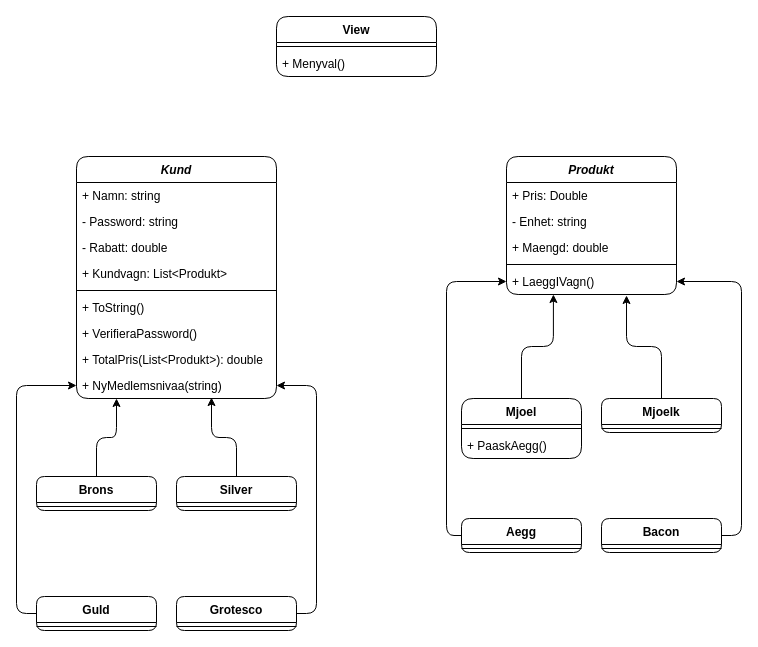
Earlier version of the draw.io diagram Labb2.drawio (pinkros/Labb2). Source tidied: cells renumbered, new cells numbered last; positions are measured from the earlier drawing's top-left corner, leaving out a move shared by most shapes. Both pictures are drawn from the tidied source at 100%, with x=0, y=0 at pixel (16, 16).
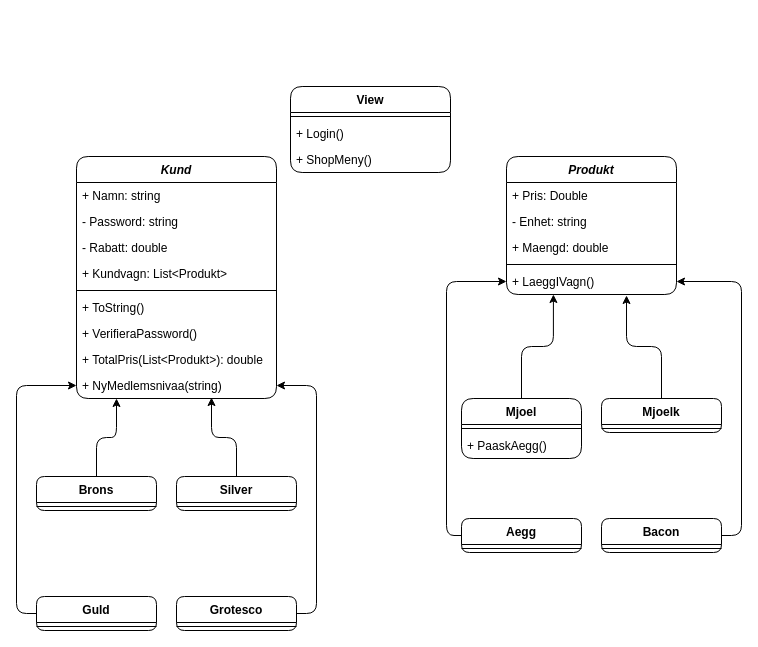
The same diagram, later.

Change to the diagram source:
```diff
@@
     <mxCell id="2" value="View" style="swimlane;fontStyle=1;align=center;verticalAlign=top;horizontal=1;startSize=26;rounded=1;" parent="1" vertex="1">
-      <mxGeometry x="260" width="160" height="60" as="geometry" />
+      <mxGeometry x="274" y="70" width="160" height="86" as="geometry" />
     </mxCell>
@@
-    <mxCell id="4" value="+ Menyval()" style="text;strokeColor=none;fillColor=none;align=left;verticalAlign=top;spacingLeft=4;spacingRight=4;overflow=hidden;rounded=1;" parent="2" vertex="1">
+    <mxCell id="4" value="+ Login()" style="text;strokeColor=none;fillColor=none;align=left;verticalAlign=top;spacingLeft=4;spacingRight=4;overflow=hidden;rounded=1;" parent="2" vertex="1">
       <mxGeometry y="34" width="160" height="26" as="geometry" />
     </mxCell>
+    <mxCell id="46" value="+ ShopMeny()" style="text;strokeColor=none;fillColor=none;align=left;verticalAlign=top;spacingLeft=4;spacingRight=4;overflow=hidden;rounded=1;" parent="2" vertex="1">
+      <mxGeometry y="60" width="160" height="26" as="geometry" />
+    </mxCell>
```
